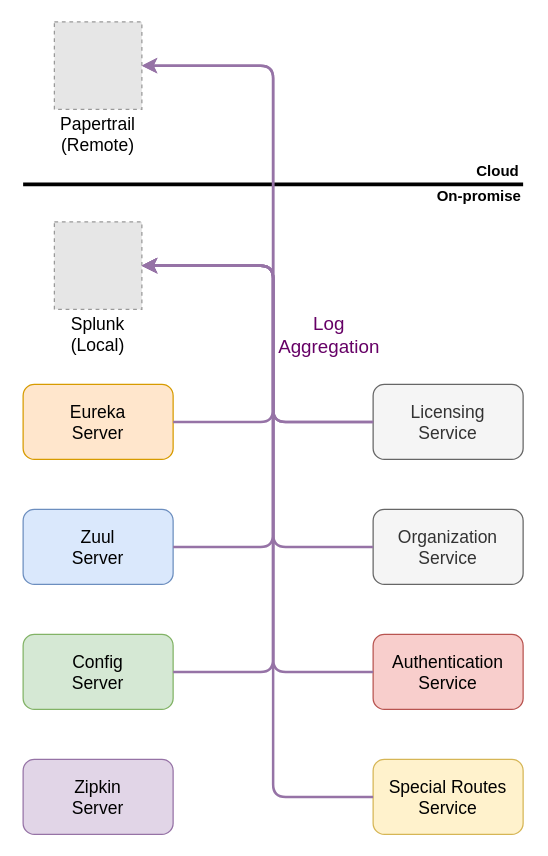
Before: readme/drawio/whole_structure_log.drawio in wuyichen24/spring-microservices-in-action, a draw.io diagram. Source tidied: cells renumbered, new cells numbered last; positions are measured from the earlier drawing's top-left corner, leaving out a move shared by most shapes. Both pictures are drawn from the tidied source at 125%, with x=0, y=0 at pixel (22, 21). Pictures stored in the file or linked from it are replaced by grey dashed boxes.
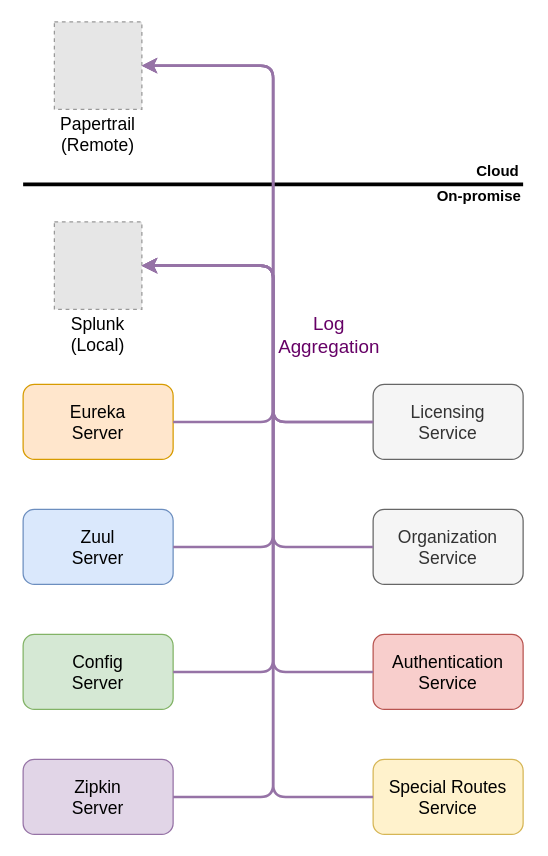
After the change.

Commit message (it also covers changes not shown here):
update log aggregation diagram

Unchanged cells that the change refers to:
```xml
<mxCell id="6" value="&lt;span style=&quot;font-size: 14px&quot;&gt;Zipkin&lt;br&gt;Server&lt;br&gt;&lt;/span&gt;" style="rounded=1;whiteSpace=wrap;html=1;fillColor=#e1d5e7;strokeColor=#9673a6;" parent="1" vertex="1">
  <mxGeometry y="590" width="120" height="60" as="geometry" />
</mxCell>
<mxCell id="20" style="fillColor=#E6E6E6;strokeColor=#999999;dashed=1;verticalLabelPosition=bottom;labelBackgroundColor=#ffffff;verticalAlign=top;" parent="1" vertex="1">
  <mxGeometry x="25" width="70" height="70" as="geometry" />
</mxCell>
```

Change to the diagram source:
```diff
@@
+    <mxCell id="26" style="endArrow=classic;html=1;strokeWidth=2;fillColor=#e1d5e7;strokeColor=#9673a6;entryX=1;entryY=0.5;entryDx=0;entryDy=0;exitX=1;exitY=0.5;exitDx=0;exitDy=0;" parent="1" edge="1" source="6" target="20">
+      <mxGeometry relative="1" as="geometry">
+        <Array as="points">
+          <mxPoint x="200" y="620" />
+          <mxPoint x="200" y="35" />
+        </Array>
+      </mxGeometry>
+    </mxCell>
```
